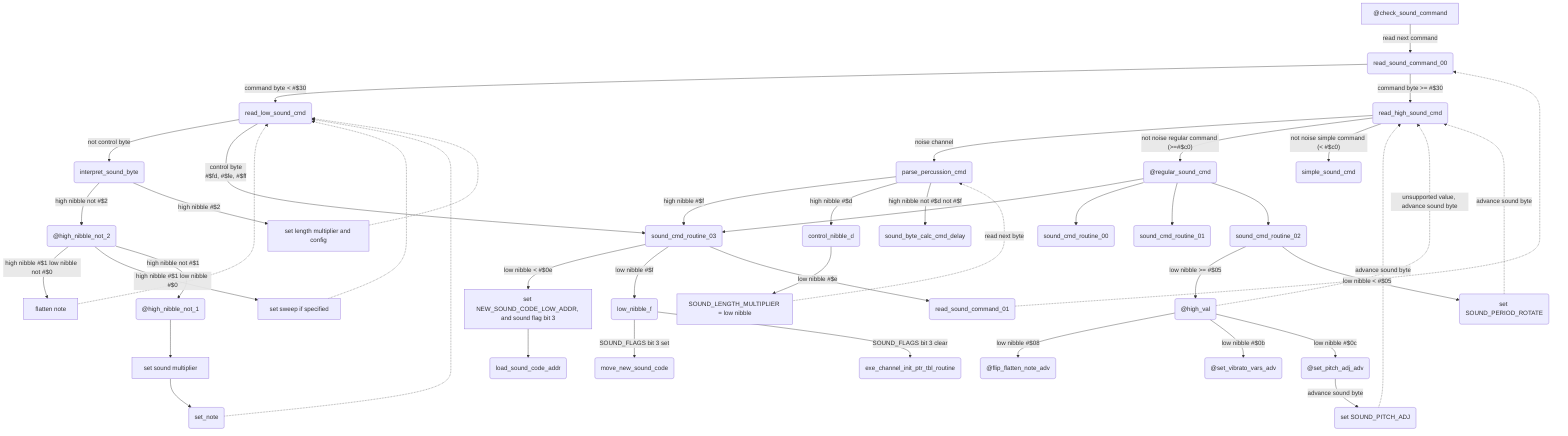
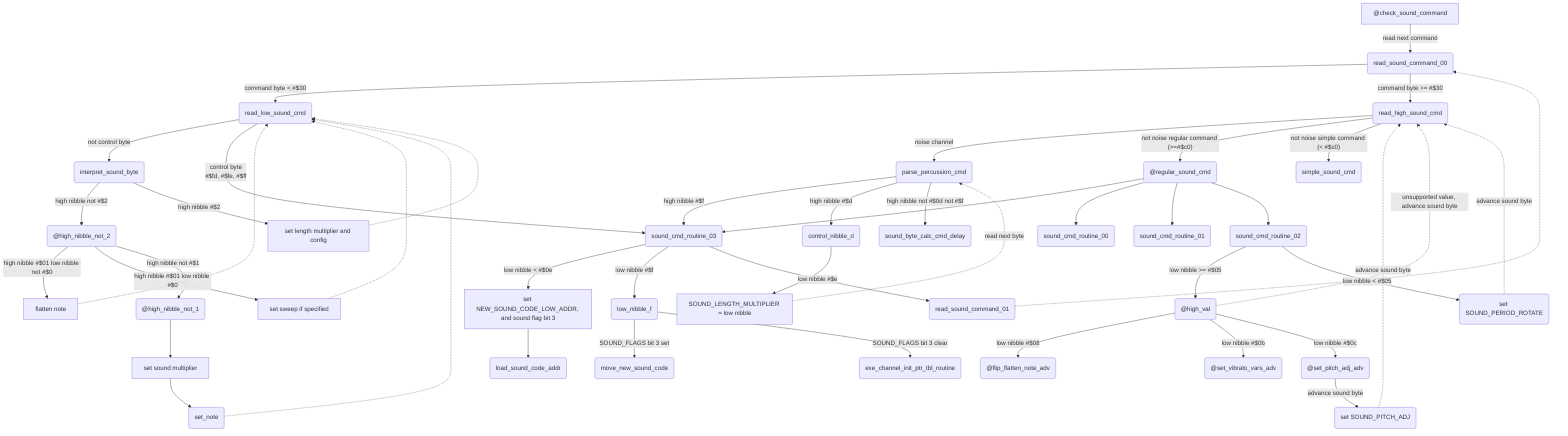
%% This is a mermaid file (https://github.com/mermaid-js/mermaid)
%% This shows in detail the logic flow for the audio engine

flowchart TD

    5["@check_sound_command"] --> |read next command|6(read_sound_command_00)
    6 -->|command byte < #$30|8(read_low_sound_cmd)
    6 -->|command byte >= #$30|9(read_high_sound_cmd)
    9 --> |noise channel|11(parse_percussion_cmd)
    9 --> |"not noise regular command (>=#$c0)"|13("@regular_sound_cmd")
    9 --> |"not noise simple command (< #$c0)"|14(simple_sound_cmd)
    8 --> |not control byte|17(interpret_sound_byte)
    8 --> |control byte\n#$fd, #$fe, #$ff|16(sound_cmd_routine_03)
    11 --> |high nibble #$f|16
    11 --> |high nibble #$d|20(control_nibble_d)
-     11 --> |high nibble not #$d not #$f|21(sound_byte_calc_cmd_delay)
+     11 --> |high nibble not #$0d not #$f|21(sound_byte_calc_cmd_delay)
    17 --> |high nibble not #$2|24("@high_nibble_not_2")
    17 --> |high nibble #$2|52[set length multiplier and config]
    52 -.-> 8
-     24 --> |high nibble #$1 low nibble not #$0|54[flatten note]
+     24 --> |high nibble #$01 low nibble not #$0|54[flatten note]
    54 -.-> 8
-     24 --> |high nibble #$1 low nibble #$0|26[set sweep if specified]
+     24 --> |high nibble #$01 low nibble #$0|26[set sweep if specified]
    24 --> |high nibble not #$1|27("@high_nibble_not_1")
    26 -.-> 8
    27 --> 55[set sound multiplier]
    55 --> 56(set_note)
    56 -.-> 8
    20 --> 28["SOUND_LENGTH_MULTIPLIER = low nibble"]
    28 -.-> |read next byte|11
    16 --> |low nibble < #$0e|33[set NEW_SOUND_CODE_LOW_ADDR, and sound flag bit 3]
    16 --> |low nibble #$f|32(low_nibble_f)
    16 --> |low nibble #$e|38(read_sound_command_01)
    33 --> 34(load_sound_code_addr)
    32 --> |SOUND_FLAGS bit 3 set|36(move_new_sound_code)
    32 --> |SOUND_FLAGS bit 3 clear|37(exe_channel_init_ptr_tbl_routine)
    38 -.-> 6
    13 --> 16
    13 --> 39(sound_cmd_routine_00)
    13 --> 40(sound_cmd_routine_01)
    13 --> 41(sound_cmd_routine_02)
    41 --> |low nibble >= #$05|43("@high_val")
    41 --> |low nibble < #$05|44(set SOUND_PERIOD_ROTATE)
    44 -.-> |advance sound byte|9
    43 --> |low nibble #$08|46("@flip_flatten_note_adv")
    43 --> |low nibble #$0b|48("@set_vibrato_vars_adv")
    43 --> |low nibble #$0c|50("@set_pitch_adj_adv")
    43 -.-> |unsupported value, advance sound byte|9
    50 --> |advance sound byte|51(set SOUND_PITCH_ADJ)
    51 -.-> |advance sound byte|9